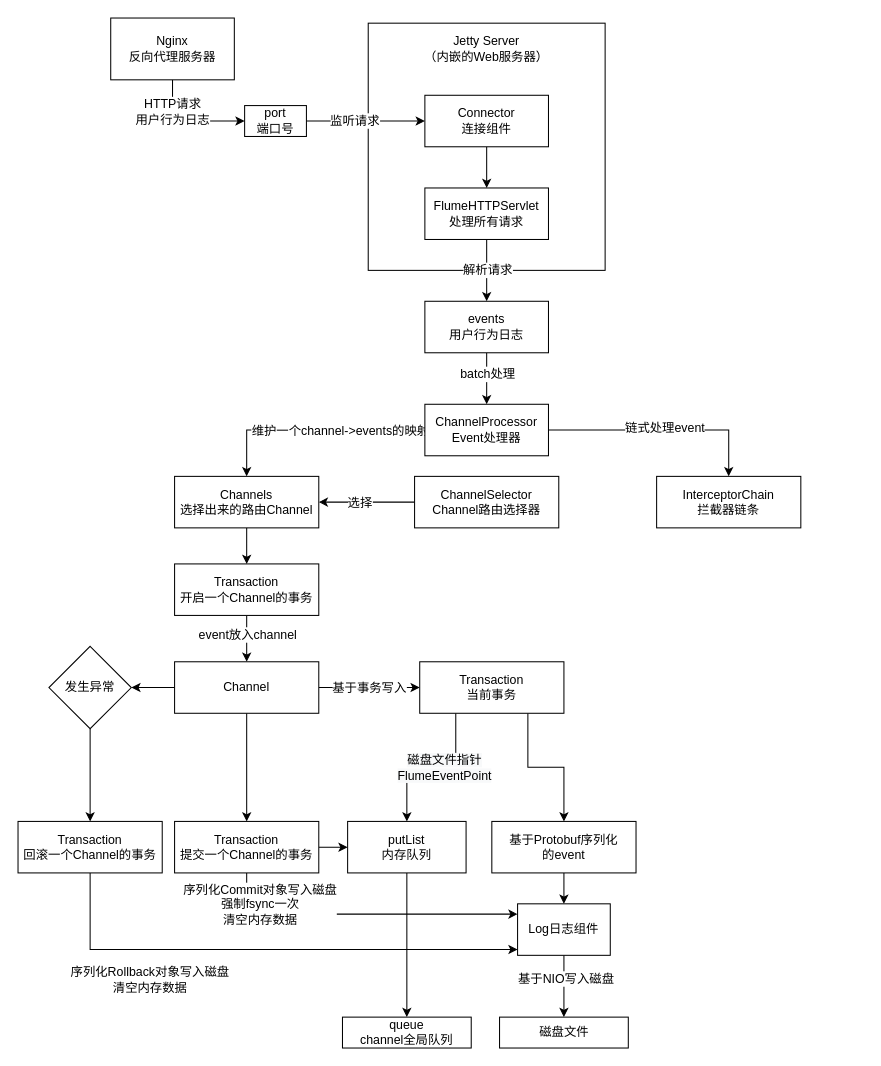
Before: 数据采集平台/04_HTTPSource、FileChannel、KafkaSink的工作原理.drawio in chenshuai1995/a-imgs, a draw.io diagram. Source tidied: cells renumbered, new cells numbered last; positions are measured from the earlier drawing's top-left corner, leaving out a move shared by most shapes. Both pictures are drawn from the tidied source at 103%, with x=0, y=0 at pixel (18, 18).
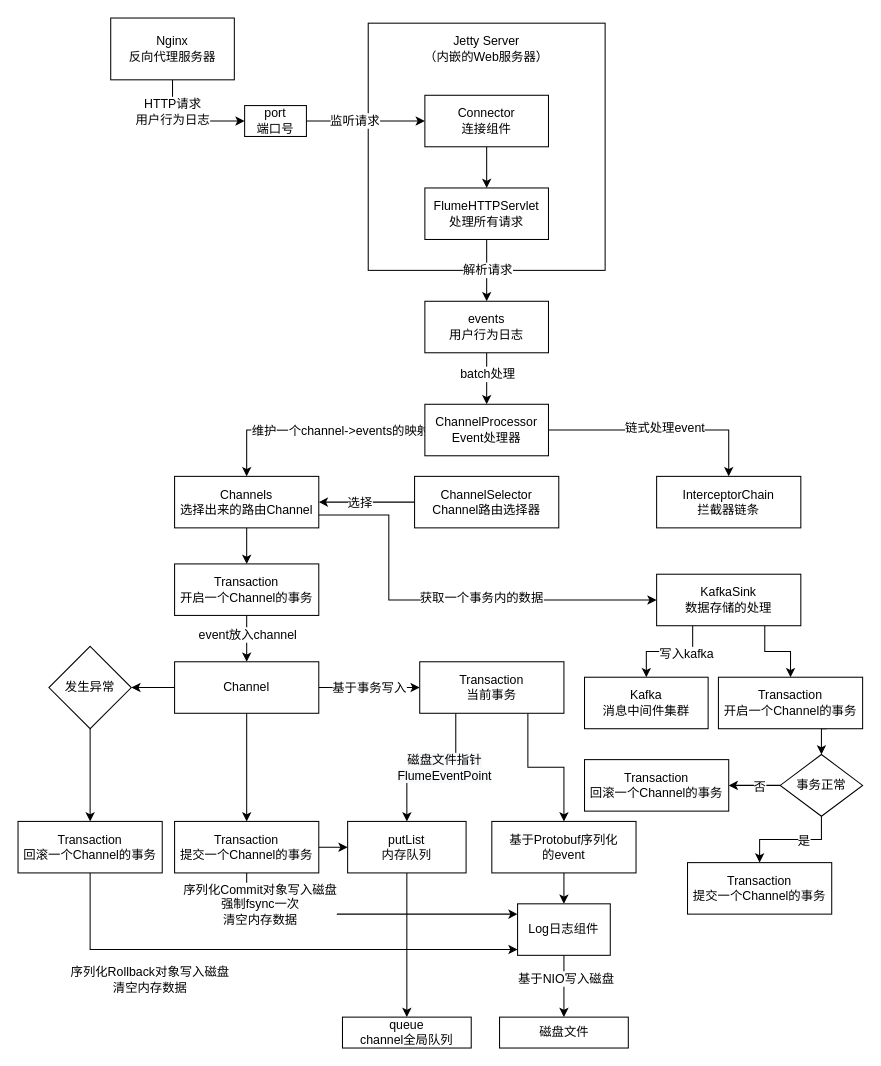
The same diagram, later.

Commit message (it also covers changes not shown here):
更新04_HTTPSource、FileChannel、KafkaSink的工作原理.drawio

Unchanged cells that the change refers to:
```xml
<mxCell id="24" value="Channels&lt;br&gt;选择出来的路由Channel" style="rounded=0;whiteSpace=wrap;html=1;" parent="1" vertex="1">
  <mxGeometry x="152" y="445" width="140" height="50" as="geometry" />
</mxCell>
```

Change to the diagram source:
```diff
@@
+    <mxCell id="59" style="edgeStyle=orthogonalEdgeStyle;rounded=0;jettySize=auto;html=1;exitX=1;exitY=0.75;exitDx=0;exitDy=0;entryX=0;entryY=0.5;entryDx=0;entryDy=0;" parent="1" edge="1" source="24" target="64">
+      <mxGeometry relative="1" as="geometry">
+        <Array as="points">
+          <mxPoint x="360" y="483" />
+          <mxPoint x="360" y="565" />
+        </Array>
+      </mxGeometry>
+    </mxCell>
+    <mxCell id="60" value="获取一个事务内的数据" style="text;html=1;align=center;verticalAlign=middle;labelBackgroundColor=#ffffff;" parent="59" vertex="1">
+      <mxGeometry x="-0.12" y="3" relative="1" as="geometry">
+        <mxPoint x="58.8" as="offset" />
+      </mxGeometry>
+    </mxCell>
@@
+    <mxCell id="61" style="edgeStyle=orthogonalEdgeStyle;rounded=0;jettySize=auto;html=1;exitX=0.75;exitY=1;exitDx=0;exitDy=0;entryX=0.5;entryY=0;entryDx=0;entryDy=0;" parent="1" edge="1" source="64" target="66">
+      <mxGeometry relative="1" as="geometry" />
+    </mxCell>
+    <mxCell id="62" style="edgeStyle=orthogonalEdgeStyle;rounded=0;jettySize=auto;html=1;exitX=0.25;exitY=1;exitDx=0;exitDy=0;" parent="1" edge="1" source="64" target="67">
+      <mxGeometry relative="1" as="geometry" />
+    </mxCell>
+    <mxCell id="63" value="写入kafka" style="text;html=1;align=center;verticalAlign=middle;labelBackgroundColor=#ffffff;" parent="62" vertex="1">
+      <mxGeometry x="-0.47" y="-7" relative="1" as="geometry">
+        <mxPoint x="-7" y="9" as="offset" />
+      </mxGeometry>
+    </mxCell>
+    <mxCell id="64" value="KafkaSink&lt;br&gt;数据存储的处理" style="rounded=0;whiteSpace=wrap;html=1;" parent="1" vertex="1">
+      <mxGeometry x="620" y="540" width="140" height="50" as="geometry" />
+    </mxCell>
+    <mxCell id="65" style="edgeStyle=orthogonalEdgeStyle;rounded=0;jettySize=auto;html=1;exitX=0.75;exitY=1;exitDx=0;exitDy=0;entryX=0.5;entryY=0;entryDx=0;entryDy=0;" parent="1" edge="1" source="66" target="72">
+      <mxGeometry relative="1" as="geometry" />
+    </mxCell>
+    <mxCell id="66" value="Transaction&lt;br&gt;开启一个Channel的事务" style="rounded=0;whiteSpace=wrap;html=1;" parent="1" vertex="1">
+      <mxGeometry x="680" y="640" width="140" height="50" as="geometry" />
+    </mxCell>
+    <mxCell id="67" value="Kafka&lt;br&gt;消息中间件集群" style="rounded=0;whiteSpace=wrap;html=1;" parent="1" vertex="1">
+      <mxGeometry x="550" y="640" width="120" height="50" as="geometry" />
+    </mxCell>
+    <mxCell id="68" style="edgeStyle=orthogonalEdgeStyle;rounded=0;jettySize=auto;html=1;entryX=1;entryY=0.5;entryDx=0;entryDy=0;" parent="1" edge="1" source="72" target="73">
+      <mxGeometry relative="1" as="geometry" />
+    </mxCell>
+    <mxCell id="69" value="否" style="text;html=1;align=center;verticalAlign=middle;labelBackgroundColor=#ffffff;" parent="68" vertex="1">
+      <mxGeometry x="-0.18" y="1" relative="1" as="geometry" />
+    </mxCell>
+    <mxCell id="70" style="edgeStyle=orthogonalEdgeStyle;rounded=0;jettySize=auto;html=1;exitX=0.5;exitY=1;exitDx=0;exitDy=0;entryX=0.5;entryY=0;entryDx=0;entryDy=0;" parent="1" edge="1" source="72" target="74">
+      <mxGeometry relative="1" as="geometry" />
+    </mxCell>
+    <mxCell id="71" value="是" style="text;html=1;align=center;verticalAlign=middle;labelBackgroundColor=#ffffff;" parent="70" vertex="1">
+      <mxGeometry x="-0.24" y="1" relative="1" as="geometry" />
+    </mxCell>
+    <mxCell id="72" value="事务正常" style="rhombus;whiteSpace=wrap;html=1;" parent="1" vertex="1">
+      <mxGeometry x="740" y="715" width="80" height="60" as="geometry" />
+    </mxCell>
+    <mxCell id="73" value="Transaction&lt;br&gt;回滚一个Channel的事务" style="rounded=0;whiteSpace=wrap;html=1;" parent="1" vertex="1">
+      <mxGeometry x="550" y="720" width="140" height="50" as="geometry" />
+    </mxCell>
+    <mxCell id="74" value="Transaction&lt;br&gt;提交一个Channel的事务" style="rounded=0;whiteSpace=wrap;html=1;" parent="1" vertex="1">
+      <mxGeometry x="650" y="820" width="140" height="50" as="geometry" />
+    </mxCell>
```
